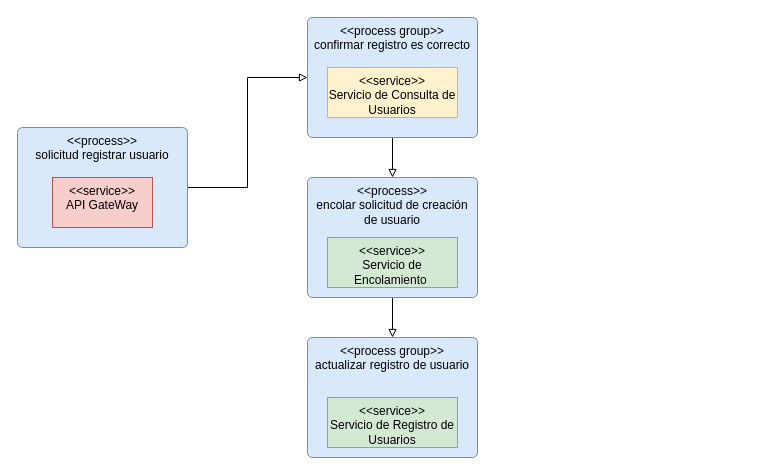
Above: diagramas/Concurrency.drawio in AfLosada/ArquitecturasAgiles-G13 (draw.io), before the change. Source tidied: cells renumbered, new cells numbered last; positions are measured from the earlier drawing's top-left corner, leaving out a move shared by most shapes. Both pictures are drawn from the tidied source at 100%, with x=0, y=0 at pixel (17, 17).
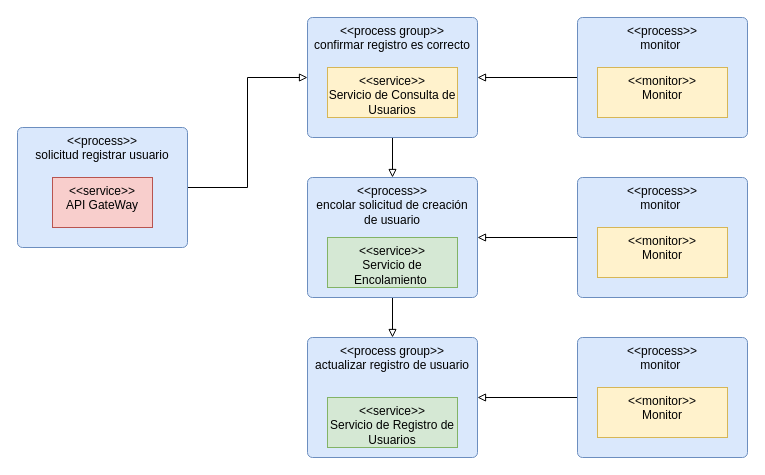
Above is the later version.

The change refers to these unchanged cells:
```xml
<mxCell id="6" value="&amp;lt;&amp;lt;process group&amp;gt;&amp;gt;&lt;br&gt;confirmar registro es correcto" style="html=1;align=center;verticalAlign=top;rounded=1;absoluteArcSize=1;arcSize=10;dashed=0;whiteSpace=wrap;fillColor=#dae8fc;strokeColor=#6c8ebf;" parent="1" vertex="1">
  <mxGeometry x="290" width="170" height="120" as="geometry" />
</mxCell>
<mxCell id="9" value="&amp;lt;&amp;lt;process&amp;gt;&amp;gt;&lt;br&gt;encolar solicitud de creación de usuario" style="html=1;align=center;verticalAlign=top;rounded=1;absoluteArcSize=1;arcSize=10;dashed=0;whiteSpace=wrap;fillColor=#dae8fc;strokeColor=#6c8ebf;" parent="1" vertex="1">
  <mxGeometry x="290" y="160" width="170" height="120" as="geometry" />
</mxCell>
<mxCell id="11" value="&amp;lt;&amp;lt;process group&amp;gt;&amp;gt;&lt;br&gt;actualizar registro de usuario" style="html=1;align=center;verticalAlign=top;rounded=1;absoluteArcSize=1;arcSize=10;dashed=0;whiteSpace=wrap;fillColor=#dae8fc;strokeColor=#6c8ebf;" parent="1" vertex="1">
  <mxGeometry x="290" y="320" width="170" height="120" as="geometry" />
</mxCell>
```

Change to the diagram source:
```diff
@@
+    <mxCell id="13" style="edgeStyle=orthogonalEdgeStyle;rounded=0;jettySize=auto;html=1;endArrow=block;endFill=0;" parent="1" edge="1" source="14" target="6">
+      <mxGeometry relative="1" as="geometry" />
+    </mxCell>
+    <mxCell id="14" value="&amp;lt;&amp;lt;process&amp;gt;&amp;gt;&lt;br&gt;monitor&amp;nbsp;" style="html=1;align=center;verticalAlign=top;rounded=1;absoluteArcSize=1;arcSize=10;dashed=0;whiteSpace=wrap;fillColor=#dae8fc;strokeColor=#6c8ebf;" parent="1" vertex="1">
+      <mxGeometry x="560" width="170" height="120" as="geometry" />
+    </mxCell>
+    <mxCell id="15" value="&amp;lt;&amp;lt;monitor&amp;gt;&amp;gt;&lt;br&gt;Monitor" style="html=1;dashed=0;whiteSpace=wrap;verticalAlign=top;fillColor=#fff2cc;strokeColor=#d6b656;" parent="1" vertex="1">
+      <mxGeometry x="580" y="50" width="130" height="50" as="geometry" />
+    </mxCell>
+    <mxCell id="16" style="edgeStyle=orthogonalEdgeStyle;rounded=0;jettySize=auto;html=1;endArrow=block;endFill=0;" parent="1" edge="1" source="17" target="9">
+      <mxGeometry relative="1" as="geometry" />
+    </mxCell>
+    <mxCell id="17" value="&amp;lt;&amp;lt;process&amp;gt;&amp;gt;&lt;br&gt;monitor&amp;nbsp;" style="html=1;align=center;verticalAlign=top;rounded=1;absoluteArcSize=1;arcSize=10;dashed=0;whiteSpace=wrap;fillColor=#dae8fc;strokeColor=#6c8ebf;" parent="1" vertex="1">
+      <mxGeometry x="560" y="160" width="170" height="120" as="geometry" />
+    </mxCell>
+    <mxCell id="18" value="&amp;lt;&amp;lt;monitor&amp;gt;&amp;gt;&lt;br&gt;Monitor" style="html=1;dashed=0;whiteSpace=wrap;verticalAlign=top;fillColor=#fff2cc;strokeColor=#d6b656;" parent="1" vertex="1">
+      <mxGeometry x="580" y="210" width="130" height="50" as="geometry" />
+    </mxCell>
+    <mxCell id="19" style="edgeStyle=orthogonalEdgeStyle;rounded=0;jettySize=auto;html=1;endArrow=block;endFill=0;" parent="1" edge="1" source="20" target="11">
+      <mxGeometry relative="1" as="geometry" />
+    </mxCell>
+    <mxCell id="20" value="&amp;lt;&amp;lt;process&amp;gt;&amp;gt;&lt;br&gt;monitor&amp;nbsp;" style="html=1;align=center;verticalAlign=top;rounded=1;absoluteArcSize=1;arcSize=10;dashed=0;whiteSpace=wrap;fillColor=#dae8fc;strokeColor=#6c8ebf;" parent="1" vertex="1">
+      <mxGeometry x="560" y="320" width="170" height="120" as="geometry" />
+    </mxCell>
+    <mxCell id="21" value="&amp;lt;&amp;lt;monitor&amp;gt;&amp;gt;&lt;br&gt;Monitor" style="html=1;dashed=0;whiteSpace=wrap;verticalAlign=top;fillColor=#fff2cc;strokeColor=#d6b656;" parent="1" vertex="1">
+      <mxGeometry x="580" y="370" width="130" height="50" as="geometry" />
+    </mxCell>
```
